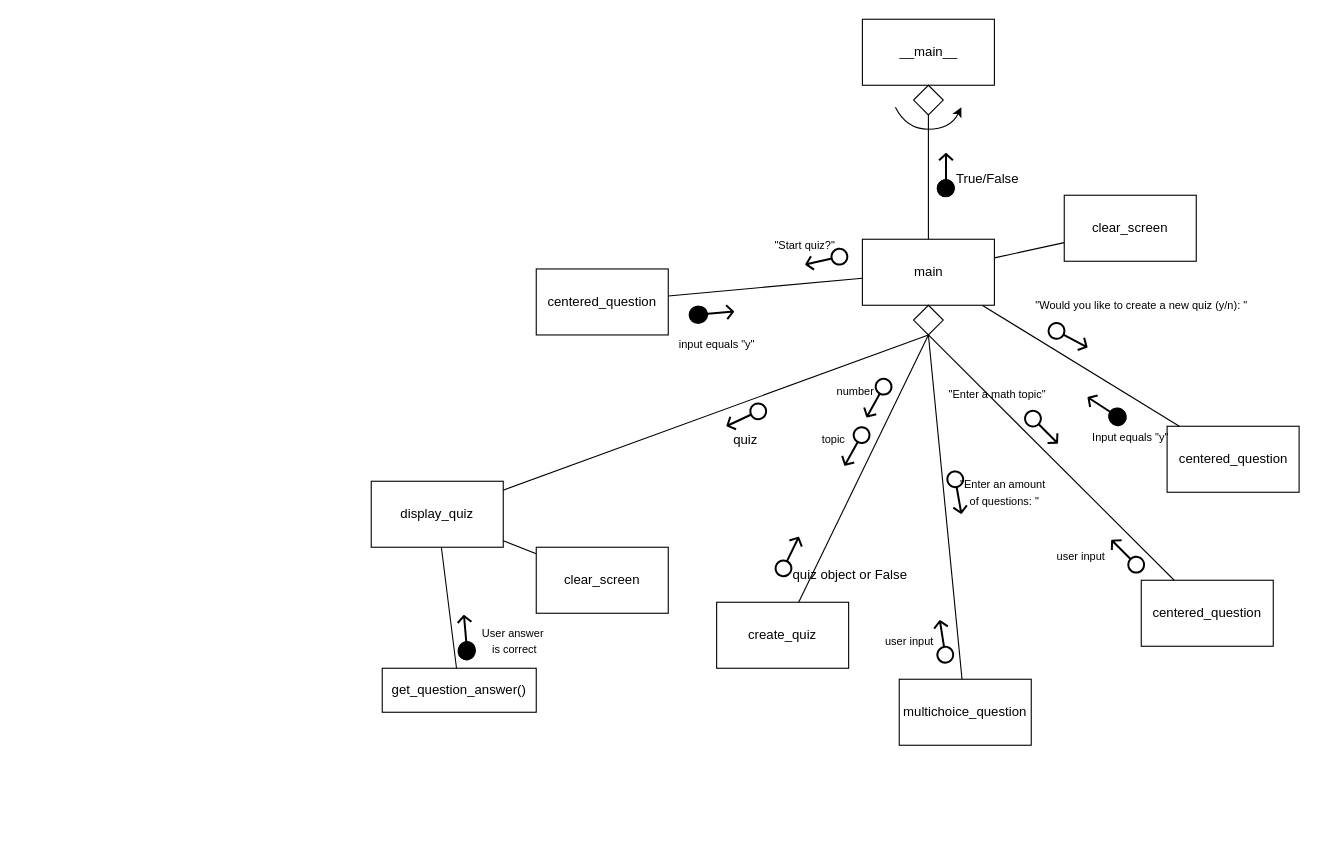
This is 11SE_Task_1_Structure_Chart.drawio from TheRatDefence/RatBot3000, a draw.io file, before an edit. Source tidied: cells renumbered, new cells numbered last; positions are measured from the earlier drawing's top-left corner, leaving out a move shared by most shapes. Both pictures are drawn from the tidied source at 110%, with x=0, y=0 at pixel (371, 19).
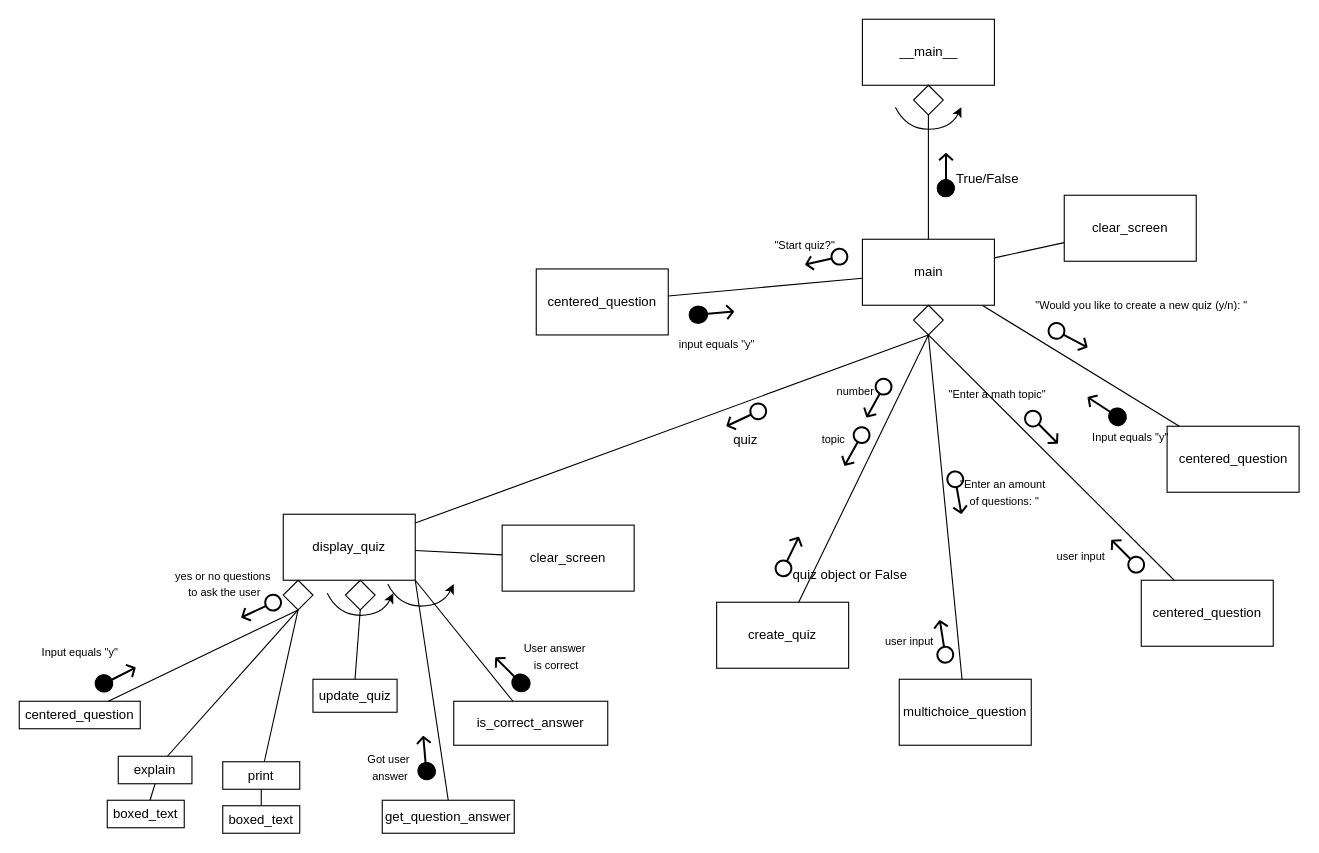
The same page after the edit.

What changed in the source:
```diff
@@
-<mxGraphModel background="#ffffff">
+<mxGraphModel>
@@
     <mxCell id="54" value="display_quiz" style="rounded=0;whiteSpace=wrap;html=1;" parent="1" vertex="1">
-      <mxGeometry y="420" width="120" height="60" as="geometry" />
+      <mxGeometry x="-80" y="450" width="120" height="60" as="geometry" />
     </mxCell>
@@
     <mxCell id="59" value="clear_screen" style="whiteSpace=wrap;html=1;" parent="1" vertex="1">
-      <mxGeometry x="150" y="480" width="120" height="60" as="geometry" />
+      <mxGeometry x="119" y="459.9" width="120" height="60" as="geometry" />
     </mxCell>
@@
-    <mxCell id="61" value="get_question_answer()" style="whiteSpace=wrap;html=1;" parent="1" vertex="1">
-      <mxGeometry x="10" y="590" width="140" height="40" as="geometry" />
+    <mxCell id="61" value="is_correct_answer" style="whiteSpace=wrap;html=1;" parent="1" vertex="1">
+      <mxGeometry x="75" y="620" width="140" height="40" as="geometry" />
     </mxCell>
-    <mxCell id="62" style="endArrow=none;html=1;rounded=0;" parent="1" edge="1" source="54" target="61">
+    <mxCell id="62" style="endArrow=none;html=1;rounded=0;exitX=1;exitY=1;exitDx=0;exitDy=0;" parent="1" edge="1" source="54" target="61">
       <mxGeometry relative="1" as="geometry" />
     </mxCell>
-    <mxCell id="63" style="group;rotation=-95;" parent="1" vertex="1">
-      <mxGeometry x="70" y="550" width="40" height="23" as="geometry" />
+    <mxCell id="63" style="group;rotation=-135;" parent="1" vertex="1">
+      <mxGeometry x="110" y="570" width="100" height="32.5" as="geometry" />
     </mxCell>
-    <mxCell id="64" style="fontColor=#232F3E;gradientColor=none;strokeColor=none;dashed=0;verticalLabelPosition=bottom;verticalAlign=top;align=center;html=1;fontSize=12;fontStyle=0;shape=mxgraph.aws4.elastic_ip_address;fillColor=#000000;rotation=-95;" parent="63" vertex="1">
-      <mxGeometry x="-4" y="3" width="40" height="16.9" as="geometry" />
+    <mxCell id="64" style="fontColor=#232F3E;gradientColor=none;strokeColor=none;dashed=0;verticalLabelPosition=bottom;verticalAlign=top;align=center;html=1;fontSize=12;fontStyle=0;shape=mxgraph.aws4.elastic_ip_address;fillColor=#000000;rotation=-135;" parent="63" vertex="1">
+      <mxGeometry x="-3" y="16" width="40" height="16.9" as="geometry" />
     </mxCell>
-    <mxCell id="65" style="ellipse;whiteSpace=wrap;html=1;fillColor=#000000;rotation=-185;" parent="63" vertex="1">
-      <mxGeometry x="9" y="17" width="15.4" height="15.4" as="geometry" />
+    <mxCell id="65" style="ellipse;whiteSpace=wrap;html=1;fillColor=#000000;rotation=-225;" parent="63" vertex="1">
+      <mxGeometry x="19" y="26" width="15.4" height="15.4" as="geometry" />
     </mxCell>
-    <mxCell id="66" value="&lt;font style=&quot;font-size: 10px;&quot;&gt;User answer&amp;nbsp;&lt;/font&gt;&lt;div&gt;&lt;font style=&quot;font-size: 10px;&quot;&gt;is correct&lt;/font&gt;&lt;/div&gt;" style="text;html=1;align=center;verticalAlign=middle;strokeColor=none;fillColor=none;" parent="1" vertex="1">
-      <mxGeometry x="90" y="545" width="80" height="40" as="geometry" />
+    <mxCell id="66" value="&lt;font style=&quot;font-size: 10px;&quot;&gt;User answer&amp;nbsp;&lt;/font&gt;&lt;div&gt;&lt;font style=&quot;font-size: 10px;&quot;&gt;is correct&lt;/font&gt;&lt;/div&gt;" style="text;html=1;align=center;verticalAlign=middle;strokeColor=none;fillColor=none;rotation=0;" parent="63" vertex="1">
+      <mxGeometry x="18" y="-11" width="80" height="40" as="geometry" />
     </mxCell>
+    <mxCell id="67" style="curved=1;endArrow=classic;html=1;rounded=0;" parent="1" edge="1">
+      <mxGeometry relative="1" as="geometry">
+        <mxPoint x="-40" y="521.9" as="sourcePoint" />
+        <mxPoint x="20" y="521.9" as="targetPoint" />
+        <Array as="points">
+          <mxPoint x="-30" y="541.9" />
+          <mxPoint x="10" y="541.9" />
+        </Array>
+      </mxGeometry>
+    </mxCell>
+    <mxCell id="68" style="rhombus;whiteSpace=wrap;html=1;fillColor=none;" parent="1" vertex="1">
+      <mxGeometry x="-23.5" y="510" width="27" height="27" as="geometry" />
+    </mxCell>
+    <mxCell id="69" value="update_quiz" style="whiteSpace=wrap;html=1;" parent="1" vertex="1">
+      <mxGeometry x="-53" y="600" width="76.5" height="30" as="geometry" />
+    </mxCell>
+    <mxCell id="70" style="endArrow=none;html=1;rounded=0;exitX=0.5;exitY=1;exitDx=0;exitDy=0;entryX=0.5;entryY=0;entryDx=0;entryDy=0;" parent="1" edge="1" source="68" target="69">
+      <mxGeometry relative="1" as="geometry" />
+    </mxCell>
+    <mxCell id="71" value="get_question_answer" style="whiteSpace=wrap;html=1;" parent="1" vertex="1">
+      <mxGeometry x="10" y="710" width="120" height="30" as="geometry" />
+    </mxCell>
+    <mxCell id="72" style="endArrow=none;html=1;rounded=0;exitX=1;exitY=1;exitDx=0;exitDy=0;entryX=0.5;entryY=0;entryDx=0;entryDy=0;" parent="1" edge="1" source="54" target="71">
+      <mxGeometry relative="1" as="geometry" />
+    </mxCell>
+    <mxCell id="73" style="group;rotation=-95;" parent="1" vertex="1">
+      <mxGeometry x="-40" y="670" width="40" height="23" as="geometry" />
+    </mxCell>
+    <mxCell id="74" style="fontColor=#232F3E;gradientColor=none;strokeColor=none;dashed=0;verticalLabelPosition=bottom;verticalAlign=top;align=center;html=1;fontSize=12;fontStyle=0;shape=mxgraph.aws4.elastic_ip_address;fillColor=#000000;rotation=-95;" parent="73" vertex="1">
+      <mxGeometry x="69" y="-7" width="40" height="16.9" as="geometry" />
+    </mxCell>
+    <mxCell id="75" style="ellipse;whiteSpace=wrap;html=1;fillColor=#000000;rotation=-185;" parent="73" vertex="1">
+      <mxGeometry x="83" y="6" width="15.4" height="15.4" as="geometry" />
+    </mxCell>
+    <mxCell id="76" value="&lt;font size=&quot;1&quot;&gt;Got user&amp;nbsp;&lt;/font&gt;&lt;div&gt;&lt;font size=&quot;1&quot;&gt;answer&lt;/font&gt;&lt;/div&gt;" style="text;html=1;align=center;verticalAlign=middle;strokeColor=none;fillColor=none;rotation=0;" parent="1" vertex="1">
+      <mxGeometry x="-13.5" y="660" width="60" height="40" as="geometry" />
+    </mxCell>
+    <mxCell id="77" value="print" style="whiteSpace=wrap;html=1;" parent="1" vertex="1">
+      <mxGeometry x="-135" y="675" width="70" height="25" as="geometry" />
+    </mxCell>
+    <mxCell id="78" style="endArrow=none;html=1;rounded=0;exitX=0.5;exitY=1;exitDx=0;exitDy=0;" parent="1" edge="1" source="80" target="77">
+      <mxGeometry relative="1" as="geometry" />
+    </mxCell>
+    <mxCell id="79" style="curved=1;endArrow=classic;html=1;rounded=0;" parent="1" edge="1">
+      <mxGeometry relative="1" as="geometry">
+        <mxPoint x="15" y="513.5" as="sourcePoint" />
+        <mxPoint x="75" y="513.5" as="targetPoint" />
+        <Array as="points">
+          <mxPoint x="25" y="533.5" />
+          <mxPoint x="65" y="533.5" />
+        </Array>
+      </mxGeometry>
+    </mxCell>
+    <mxCell id="80" style="rhombus;whiteSpace=wrap;html=1;fillColor=none;" parent="1" vertex="1">
+      <mxGeometry x="-80" y="510" width="27" height="27" as="geometry" />
+    </mxCell>
+    <mxCell id="81" value="centered_question" style="whiteSpace=wrap;html=1;" parent="1" vertex="1">
+      <mxGeometry x="-320" y="620" width="110" height="25" as="geometry" />
+    </mxCell>
+    <mxCell id="82" style="endArrow=none;html=1;rounded=0;exitX=0.5;exitY=1;exitDx=0;exitDy=0;" parent="1" edge="1" source="80" target="81">
+      <mxGeometry relative="1" as="geometry" />
+    </mxCell>
+    <mxCell id="83" value="explain" style="whiteSpace=wrap;html=1;" parent="1" vertex="1">
+      <mxGeometry x="-230" y="670" width="67" height="25" as="geometry" />
+    </mxCell>
+    <mxCell id="84" style="endArrow=none;html=1;rounded=0;exitX=0.5;exitY=1;exitDx=0;exitDy=0;" parent="1" edge="1" source="80" target="83">
+      <mxGeometry relative="1" as="geometry" />
+    </mxCell>
+    <mxCell id="85" style="fontColor=#232F3E;gradientColor=none;strokeColor=none;dashed=0;verticalLabelPosition=bottom;verticalAlign=top;align=center;html=1;fontSize=12;fontStyle=0;shape=mxgraph.aws4.elastic_ip_address;fillColor=#000000;rotation=-205;" parent="1" vertex="1">
+      <mxGeometry x="-120" y="526.9" width="40" height="16.9" as="geometry" />
+    </mxCell>
+    <mxCell id="86" value="&lt;font size=&quot;1&quot;&gt;yes or no questions&lt;/font&gt;&lt;div&gt;&lt;font size=&quot;1&quot;&gt;&amp;nbsp;to ask the user&lt;/font&gt;&lt;/div&gt;" style="text;html=1;align=center;verticalAlign=middle;strokeColor=none;fillColor=none;" parent="1" vertex="1">
+      <mxGeometry x="-190" y="493" width="110" height="40" as="geometry" />
+    </mxCell>
+    <mxCell id="87" value="&lt;font style=&quot;font-size: 10px;&quot;&gt;Input equals &quot;y&quot;&lt;/font&gt;" style="text;html=1;align=center;verticalAlign=middle;strokeColor=none;fillColor=none;" parent="1" vertex="1">
+      <mxGeometry x="-310" y="560" width="90" height="30" as="geometry" />
+    </mxCell>
+    <mxCell id="88" style="group;rotation=-27;" parent="1" vertex="1">
+      <mxGeometry x="-250" y="590" width="40" height="23" as="geometry" />
+    </mxCell>
+    <mxCell id="89" style="fontColor=#232F3E;gradientColor=none;strokeColor=none;dashed=0;verticalLabelPosition=bottom;verticalAlign=top;align=center;html=1;fontSize=12;fontStyle=0;shape=mxgraph.aws4.elastic_ip_address;fillColor=#000000;rotation=-27;" parent="88" vertex="1">
+      <mxGeometry x="-2" width="40" height="16.9" as="geometry" />
+    </mxCell>
+    <mxCell id="90" style="ellipse;whiteSpace=wrap;html=1;fillColor=#000000;rotation=-117;" parent="88" vertex="1">
+      <mxGeometry x="-1" y="6" width="15.4" height="15.4" as="geometry" />
+    </mxCell>
+    <mxCell id="91" value="boxed_text" style="whiteSpace=wrap;html=1;" parent="1" vertex="1">
+      <mxGeometry x="-135" y="715" width="70" height="25" as="geometry" />
+    </mxCell>
+    <mxCell id="92" style="endArrow=none;html=1;rounded=0;" parent="1" edge="1" source="77" target="91">
+      <mxGeometry relative="1" as="geometry" />
+    </mxCell>
+    <mxCell id="93" value="boxed_text" style="whiteSpace=wrap;html=1;" parent="1" vertex="1">
+      <mxGeometry x="-240" y="710" width="70" height="25" as="geometry" />
+    </mxCell>
+    <mxCell id="94" style="endArrow=none;html=1;rounded=0;exitX=0.5;exitY=1;exitDx=0;exitDy=0;" parent="1" edge="1" source="83" target="93">
+      <mxGeometry relative="1" as="geometry" />
+    </mxCell>
```
